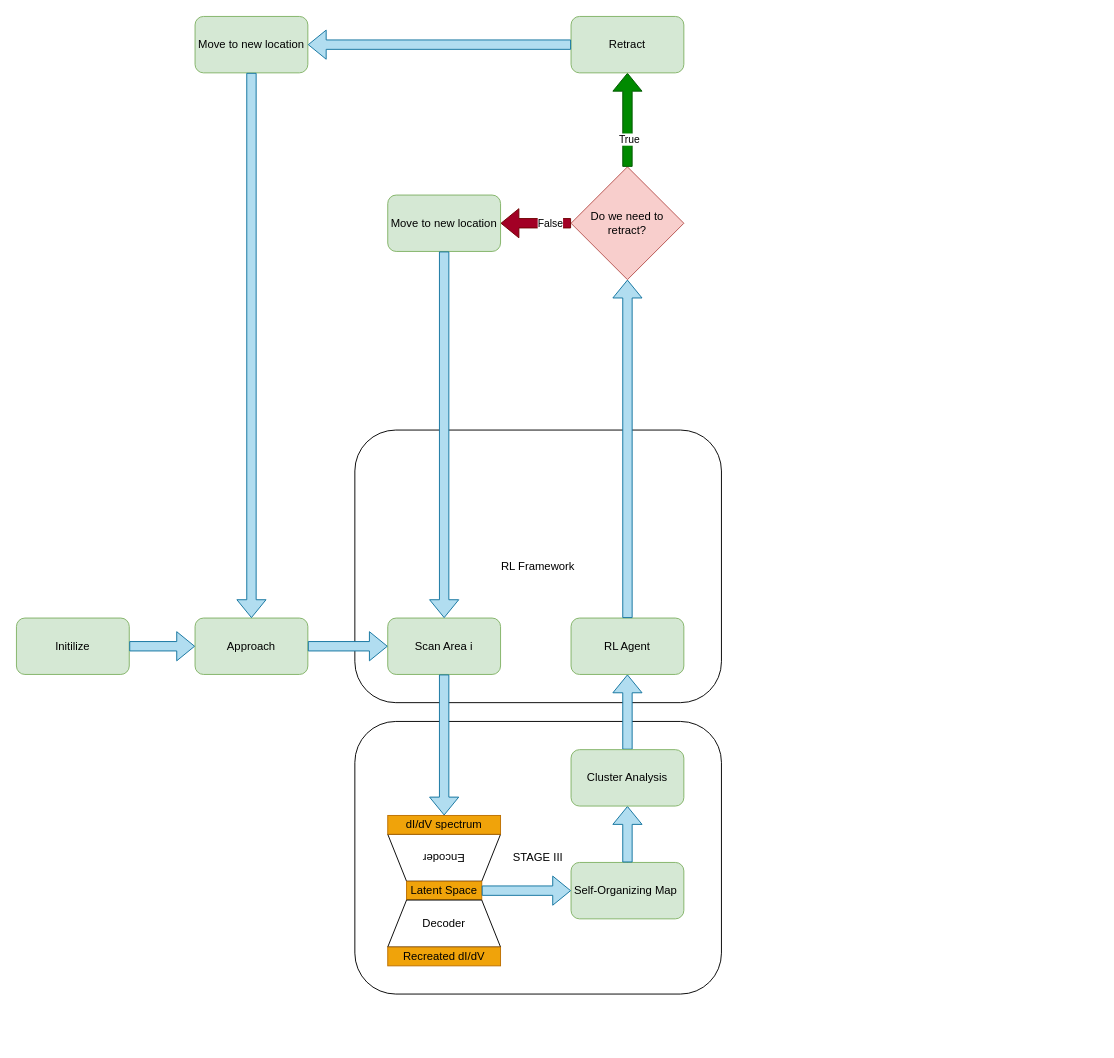
Above: Untitled Diagram.drawio in petavazohi/STMAnalyzer (draw.io), before the change. Source tidied: cells renumbered, new cells numbered last; positions are measured from the earlier drawing's top-left corner, leaving out a move shared by most shapes. Both pictures are drawn from the tidied source at 94%, with x=0, y=0 at pixel (16, 16).
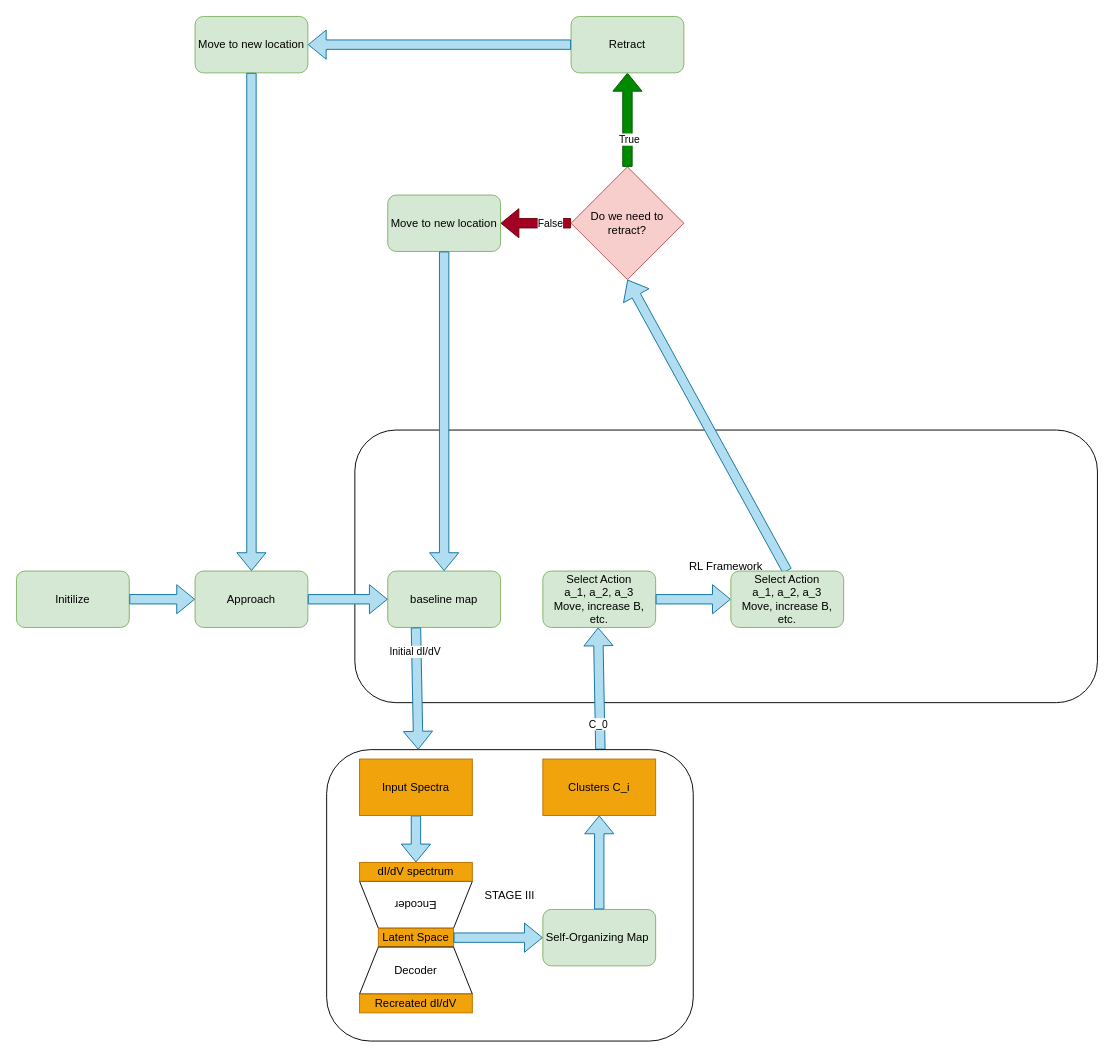
Above is the later version.

Unchanged cells that the change refers to:
```xml
<mxCell id="24" value="Do we need to retract?" style="rhombus;whiteSpace=wrap;html=1;fillColor=#f8cecc;strokeColor=#b85450;" parent="1" vertex="1">
  <mxGeometry x="590" y="160" width="120" height="120" as="geometry" />
</mxCell>
```

Change to the diagram source:
```diff
@@
     <mxCell id="2" value="RL Framework" style="rounded=1;whiteSpace=wrap;html=1;" parent="1" vertex="1">
-      <mxGeometry x="360" y="440" width="390" height="290" as="geometry" />
+      <mxGeometry x="360" y="440" width="790" height="290" as="geometry" />
     </mxCell>
-    <mxCell id="3" value="STAGE III" style="rounded=1;whiteSpace=wrap;html=1;" parent="1" vertex="1">
-      <mxGeometry x="360" y="750" width="390" height="290" as="geometry" />
-    </mxCell>
-    <mxCell id="4" value="Scan Area i" style="rounded=1;whiteSpace=wrap;html=1;fillColor=#d5e8d4;strokeColor=#82b366;" parent="1" vertex="1">
-      <mxGeometry x="395" y="640" width="120" height="60" as="geometry" />
+    <mxCell id="4" value="baseline map" style="rounded=1;whiteSpace=wrap;html=1;fillColor=#d5e8d4;strokeColor=#82b366;" parent="1" vertex="1">
+      <mxGeometry x="395" y="590" width="120" height="60" as="geometry" />
     </mxCell>
-    <mxCell id="5" style="shape=flexArrow;endArrow=classic;html=1;rounded=0;entryX=0.5;entryY=0;entryDx=0;entryDy=0;fillColor=#b1ddf0;strokeColor=#10739e;" parent="1" edge="1" source="4" target="12">
-      <mxGeometry relative="1" as="geometry" />
-    </mxCell>
-    <mxCell id="6" style="edgeStyle=orthogonalEdgeStyle;rounded=0;jettySize=auto;html=1;" parent="1" edge="1" source="8" target="19">
-      <mxGeometry relative="1" as="geometry" />
-    </mxCell>
-    <mxCell id="7" style="edgeStyle=orthogonalEdgeStyle;rounded=0;jettySize=auto;html=1;fillColor=#b0e3e6;strokeColor=#0e8088;" parent="1" edge="1" source="8" target="19">
-      <mxGeometry relative="1" as="geometry" />
-    </mxCell>
-    <mxCell id="8" value="Self-Organizing Map&amp;nbsp;" style="rounded=1;whiteSpace=wrap;html=1;fillColor=#d5e8d4;strokeColor=#82b366;" parent="1" vertex="1">
-      <mxGeometry x="590" y="900" width="120" height="60" as="geometry" />
-    </mxCell>
-    <mxCell id="9" value="Encoder" style="shape=trapezoid;perimeter=trapezoidPerimeter;whiteSpace=wrap;html=1;fixedSize=1;rotation=-180;fillColor=none;" parent="1" vertex="1">
-      <mxGeometry x="395" y="870" width="120" height="50" as="geometry" />
-    </mxCell>
-    <mxCell id="10" value="Latent Space" style="rounded=0;whiteSpace=wrap;html=1;fillColor=#f0a30a;fontColor=#000000;strokeColor=#BD7000;" parent="1" vertex="1">
-      <mxGeometry x="415" y="920" width="80" height="20" as="geometry" />
-    </mxCell>
-    <mxCell id="11" value="Decoder" style="shape=trapezoid;perimeter=trapezoidPerimeter;whiteSpace=wrap;html=1;fixedSize=1;rotation=0;" parent="1" vertex="1">
-      <mxGeometry x="395" y="940" width="120" height="50" as="geometry" />
-    </mxCell>
-    <mxCell id="12" value="dI/dV spectrum" style="rounded=0;whiteSpace=wrap;html=1;fillColor=#f0a30a;fontColor=#000000;strokeColor=#BD7000;" parent="1" vertex="1">
-      <mxGeometry x="395" y="850" width="120" height="20" as="geometry" />
-    </mxCell>
-    <mxCell id="13" value="Recreated dI/dV" style="rounded=0;whiteSpace=wrap;html=1;fillColor=#f0a30a;fontColor=#000000;strokeColor=#BD7000;" parent="1" vertex="1">
-      <mxGeometry x="395" y="990" width="120" height="20" as="geometry" />
-    </mxCell>
-    <mxCell id="14" style="shape=flexArrow;endArrow=classic;html=1;rounded=0;entryX=0;entryY=0.5;entryDx=0;entryDy=0;exitX=1;exitY=0.5;exitDx=0;exitDy=0;fillColor=#b1ddf0;strokeColor=#10739e;" parent="1" edge="1" source="10" target="8">
-      <mxGeometry relative="1" as="geometry" />
-    </mxCell>
-    <mxCell id="15" style="shape=flexArrow;endArrow=classic;html=1;rounded=0;exitX=0.5;exitY=0;exitDx=0;exitDy=0;entryX=0.5;entryY=1;entryDx=0;entryDy=0;fillColor=#b1ddf0;strokeColor=#10739e;" parent="1" edge="1" source="19" target="16">
-      <mxGeometry relative="1" as="geometry" />
+    <mxCell id="15" style="shape=flexArrow;endArrow=classic;html=1;rounded=0;entryX=0.5;entryY=1;entryDx=0;entryDy=0;fillColor=#b1ddf0;strokeColor=#10739e;exitX=0.75;exitY=0;exitDx=0;exitDy=0;" parent="1" edge="1">
+      <mxGeometry relative="1" as="geometry">
+        <mxPoint x="621.2" y="780" as="sourcePoint" />
+        <mxPoint x="618.8" y="650" as="targetPoint" />
+      </mxGeometry>
     </mxCell>
+    <mxCell id="35" value="C_0" style="edgeLabel;html=1;align=center;verticalAlign=middle;" parent="15" vertex="1">
+      <mxGeometry x="-0.57" y="2" relative="1" as="geometry" />
+    </mxCell>
-    <mxCell id="16" value="RL Agent" style="rounded=1;whiteSpace=wrap;html=1;fillColor=#d5e8d4;strokeColor=#82b366;" parent="1" vertex="1">
-      <mxGeometry x="590" y="640" width="120" height="60" as="geometry" />
+    <mxCell id="16" value="Select Action&lt;div&gt;a_1, a_2, a_3&lt;/div&gt;&lt;div&gt;Move, increase B, etc.&lt;/div&gt;" style="rounded=1;whiteSpace=wrap;html=1;fillColor=#d5e8d4;strokeColor=#82b366;" parent="1" vertex="1">
+      <mxGeometry x="560" y="590" width="120" height="60" as="geometry" />
     </mxCell>
-    <mxCell id="17" style="shape=flexArrow;endArrow=classic;html=1;rounded=0;exitX=0.5;exitY=0;exitDx=0;exitDy=0;fillColor=#b1ddf0;strokeColor=#10739e;entryX=0.5;entryY=1;entryDx=0;entryDy=0;" parent="1" edge="1" source="16" target="24">
+    <mxCell id="17" style="shape=flexArrow;endArrow=classic;html=1;rounded=0;exitX=0.5;exitY=0;exitDx=0;exitDy=0;fillColor=#b1ddf0;strokeColor=#10739e;entryX=0.5;entryY=1;entryDx=0;entryDy=0;" parent="1" edge="1" source="43" target="24">
       <mxGeometry relative="1" as="geometry" />
     </mxCell>
-    <mxCell id="18" style="shape=flexArrow;endArrow=classic;html=1;rounded=0;entryX=0.5;entryY=1;entryDx=0;entryDy=0;fillColor=#b1ddf0;strokeColor=#10739e;" parent="1" edge="1" target="19">
-      <mxGeometry relative="1" as="geometry">
-        <mxPoint x="650" y="900" as="sourcePoint" />
-      </mxGeometry>
-    </mxCell>
-    <mxCell id="19" value="Cluster Analysis" style="rounded=1;whiteSpace=wrap;html=1;fillColor=#d5e8d4;strokeColor=#82b366;" parent="1" vertex="1">
-      <mxGeometry x="590" y="780" width="120" height="60" as="geometry" />
-    </mxCell>
     <mxCell id="20" value="Initilize" style="rounded=1;whiteSpace=wrap;html=1;fillColor=#d5e8d4;strokeColor=#82b366;" parent="1" vertex="1">
-      <mxGeometry y="640" width="120" height="60" as="geometry" />
+      <mxGeometry y="590" width="120" height="60" as="geometry" />
     </mxCell>
     <mxCell id="21" value="Approach" style="rounded=1;whiteSpace=wrap;html=1;fillColor=#d5e8d4;strokeColor=#82b366;" parent="1" vertex="1">
-      <mxGeometry x="190" y="640" width="120" height="60" as="geometry" />
+      <mxGeometry x="190" y="590" width="120" height="60" as="geometry" />
     </mxCell>
@@
+    <mxCell id="36" style="group;" parent="1" vertex="1">
+      <mxGeometry x="330" y="780" width="390" height="310" as="geometry" />
+    </mxCell>
+    <mxCell id="3" value="STAGE III" style="rounded=1;whiteSpace=wrap;html=1;" parent="36" vertex="1">
+      <mxGeometry width="390" height="310" as="geometry" />
+    </mxCell>
+    <mxCell id="5" style="shape=flexArrow;endArrow=classic;html=1;rounded=0;entryX=0.5;entryY=0;entryDx=0;entryDy=0;fillColor=#b1ddf0;strokeColor=#10739e;" parent="36" edge="1" target="12">
+      <mxGeometry relative="1" as="geometry">
+        <mxPoint x="95" y="70" as="sourcePoint" />
+      </mxGeometry>
+    </mxCell>
+    <mxCell id="8" value="Self-Organizing Map&amp;nbsp;" style="rounded=1;whiteSpace=wrap;html=1;fillColor=#d5e8d4;strokeColor=#82b366;" parent="36" vertex="1">
+      <mxGeometry x="230" y="170" width="120" height="60" as="geometry" />
+    </mxCell>
+    <mxCell id="9" value="Encoder" style="shape=trapezoid;perimeter=trapezoidPerimeter;whiteSpace=wrap;html=1;fixedSize=1;rotation=-180;fillColor=none;" parent="36" vertex="1">
+      <mxGeometry x="35" y="140" width="120" height="50" as="geometry" />
+    </mxCell>
+    <mxCell id="10" value="Latent Space" style="rounded=0;whiteSpace=wrap;html=1;fillColor=#f0a30a;fontColor=#000000;strokeColor=#BD7000;" parent="36" vertex="1">
+      <mxGeometry x="55" y="190" width="80" height="20" as="geometry" />
+    </mxCell>
+    <mxCell id="11" value="Decoder" style="shape=trapezoid;perimeter=trapezoidPerimeter;whiteSpace=wrap;html=1;fixedSize=1;rotation=0;" parent="36" vertex="1">
+      <mxGeometry x="35" y="210" width="120" height="50" as="geometry" />
+    </mxCell>
+    <mxCell id="12" value="dI/dV spectrum" style="rounded=0;whiteSpace=wrap;html=1;fillColor=#f0a30a;fontColor=#000000;strokeColor=#BD7000;" parent="36" vertex="1">
+      <mxGeometry x="35" y="120" width="120" height="20" as="geometry" />
+    </mxCell>
+    <mxCell id="13" value="Recreated dI/dV" style="rounded=0;whiteSpace=wrap;html=1;fillColor=#f0a30a;fontColor=#000000;strokeColor=#BD7000;" parent="36" vertex="1">
+      <mxGeometry x="35" y="260" width="120" height="20" as="geometry" />
+    </mxCell>
+    <mxCell id="14" style="shape=flexArrow;endArrow=classic;html=1;rounded=0;entryX=0;entryY=0.5;entryDx=0;entryDy=0;exitX=1;exitY=0.5;exitDx=0;exitDy=0;fillColor=#b1ddf0;strokeColor=#10739e;" parent="36" edge="1" source="10" target="8">
+      <mxGeometry relative="1" as="geometry" />
+    </mxCell>
+    <mxCell id="37" style="shape=flexArrow;endArrow=classic;html=1;rounded=0;fillColor=#b1ddf0;strokeColor=#10739e;" parent="36" edge="1" source="8" target="39">
+      <mxGeometry relative="1" as="geometry" />
+    </mxCell>
+    <mxCell id="38" value="Input Spectra" style="rounded=0;whiteSpace=wrap;html=1;fillColor=#f0a30a;fontColor=#000000;strokeColor=#BD7000;" parent="36" vertex="1">
+      <mxGeometry x="35" y="10" width="120" height="60" as="geometry" />
+    </mxCell>
+    <mxCell id="39" value="Clusters C_i" style="rounded=0;whiteSpace=wrap;html=1;fillColor=#f0a30a;fontColor=#000000;strokeColor=#BD7000;" parent="36" vertex="1">
+      <mxGeometry x="230" y="10" width="120" height="60" as="geometry" />
+    </mxCell>
+    <mxCell id="40" style="shape=flexArrow;endArrow=classic;html=1;rounded=0;exitX=0.25;exitY=1;exitDx=0;exitDy=0;fillColor=#b1ddf0;strokeColor=#10739e;entryX=0.25;entryY=0;entryDx=0;entryDy=0;" parent="1" edge="1" source="4" target="3">
+      <mxGeometry relative="1" as="geometry" />
+    </mxCell>
+    <mxCell id="41" value="Initial dI/dV" style="edgeLabel;html=1;align=center;verticalAlign=middle;" parent="40" vertex="1">
+      <mxGeometry x="-0.62" y="-2" relative="1" as="geometry" />
+    </mxCell>
+    <mxCell id="42" style="shape=flexArrow;endArrow=classic;html=1;rounded=0;exitX=1;exitY=0.5;exitDx=0;exitDy=0;fillColor=#b1ddf0;strokeColor=#10739e;entryX=0;entryY=0.5;entryDx=0;entryDy=0;" parent="1" edge="1" source="16" target="43">
+      <mxGeometry relative="1" as="geometry" />
+    </mxCell>
+    <mxCell id="43" value="Select Action&lt;div&gt;a_1, a_2, a_3&lt;/div&gt;&lt;div&gt;Move, increase B, etc.&lt;/div&gt;" style="rounded=1;whiteSpace=wrap;html=1;fillColor=#d5e8d4;strokeColor=#82b366;" parent="1" vertex="1">
+      <mxGeometry x="760" y="590" width="120" height="60" as="geometry" />
+    </mxCell>
```
